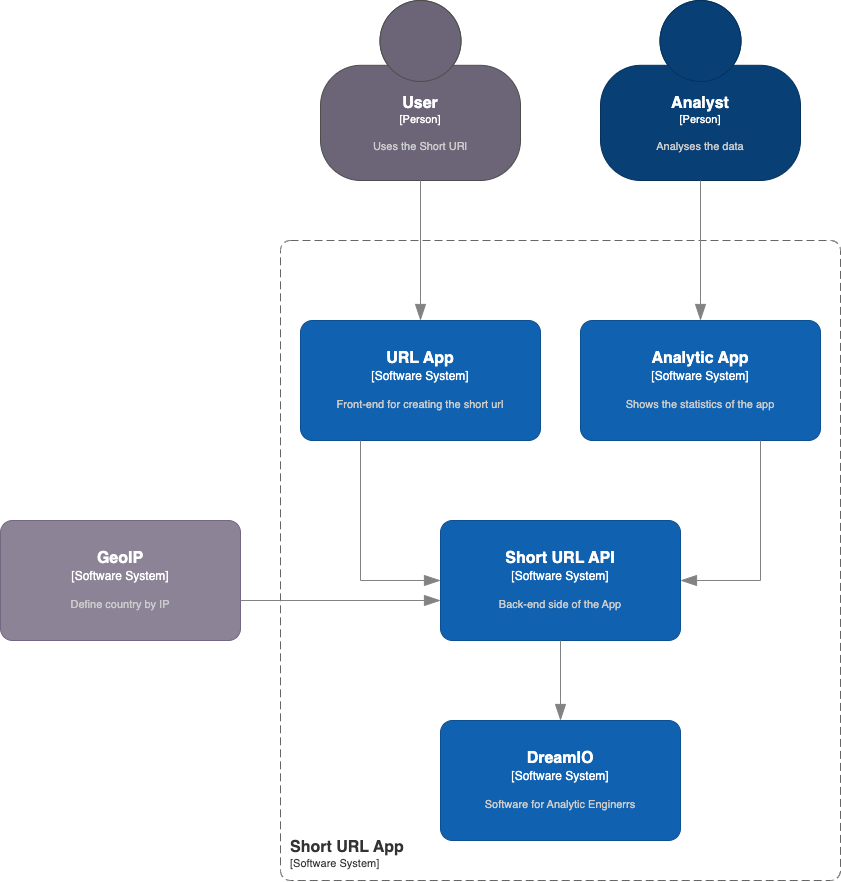
The draw.io diagram docs/images/context.png in Janitor93/short-url, before a commit. Source tidied: cells renumbered, new cells last; positions are measured from the earlier drawing's top-left corner, leaving out a move shared by most shapes.
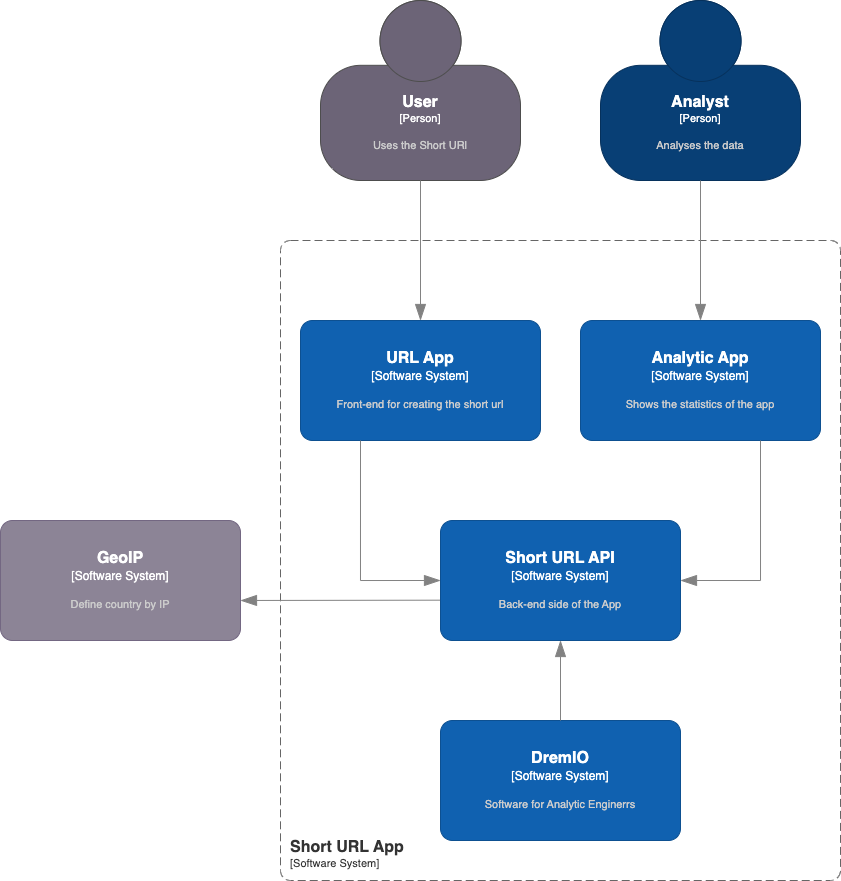
Above is the later version.

Change to the diagram source:
```diff
@@ -68,24 +68,20 @@
       </mxCell>
     </object>
     <object id="13" label="" c4Type="Relationship" placeholders="1">
-      <mxCell style="endArrow=blockThin;html=1;fontSize=10;fontColor=#404040;strokeWidth=1;endFill=1;strokeColor=#828282;elbow=vertical;endSize=14;startSize=14;jumpStyle=arc;jumpSize=16;rounded=0;edgeStyle=orthogonalEdgeStyle;" parent="1" edge="1">
+      <mxCell style="endArrow=blockThin;html=1;fontSize=10;fontColor=#404040;strokeWidth=1;endFill=1;strokeColor=#828282;elbow=vertical;endSize=14;startSize=14;jumpStyle=arc;jumpSize=16;rounded=0;edgeStyle=orthogonalEdgeStyle;exitX=-0.002;exitY=0.664;exitDx=0;exitDy=0;exitPerimeter=0;" parent="1" edge="1" source="7">
         <mxGeometry relative="1" as="geometry">
-          <mxPoint x="240" y="600" as="sourcePoint" />
-          <mxPoint x="440" y="600" as="targetPoint" />
+          <mxPoint x="240" y="600" as="targetPoint" />
         </mxGeometry>
       </mxCell>
     </object>
-    <object id="14" label="&lt;font style=&quot;font-size: 16px&quot;&gt;&lt;b&gt;%c4Name%&lt;/b&gt;&lt;/font&gt;&lt;div&gt;[%c4Type%]&lt;/div&gt;&lt;br&gt;&lt;div&gt;&lt;font style=&quot;font-size: 11px&quot;&gt;&lt;font color=&quot;#cccccc&quot;&gt;%c4Description%&lt;/font&gt;&lt;/div&gt;" c4Description="Software for Analytic Enginerrs" c4Name="DreamIO" c4Type="Software System" placeholders="1">
+    <object id="14" label="&lt;font style=&quot;font-size: 16px&quot;&gt;&lt;b&gt;%c4Name%&lt;/b&gt;&lt;/font&gt;&lt;div&gt;[%c4Type%]&lt;/div&gt;&lt;br&gt;&lt;div&gt;&lt;font style=&quot;font-size: 11px&quot;&gt;&lt;font color=&quot;#cccccc&quot;&gt;%c4Description%&lt;/font&gt;&lt;/div&gt;" c4Description="Software for Analytic Enginerrs" c4Name="DremIO" c4Type="Software System" placeholders="1">
       <mxCell style="rounded=1;whiteSpace=wrap;html=1;labelBackgroundColor=none;fillColor=#1061B0;fontColor=#ffffff;align=center;arcSize=10;strokeColor=#0D5091;points=[[0.25,0,0],[0.5,0,0],[0.75,0,0],[1,0.25,0],[1,0.5,0],[1,0.75,0],[0.75,1,0],[0.5,1,0],[0.25,1,0],[0,0.75,0],[0,0.5,0],[0,0.25,0]];" parent="1" vertex="1">
         <mxGeometry x="440" y="720" width="240" height="120" as="geometry" />
       </mxCell>
     </object>
     <object id="15" label="" c4Type="Relationship" placeholders="1">
-      <mxCell style="endArrow=blockThin;html=1;fontSize=10;fontColor=#404040;strokeWidth=1;endFill=1;strokeColor=#828282;elbow=vertical;endSize=14;startSize=14;jumpStyle=arc;jumpSize=16;rounded=0;edgeStyle=orthogonalEdgeStyle;" parent="1" edge="1">
-        <mxGeometry relative="1" as="geometry">
-          <mxPoint x="560" y="640" as="sourcePoint" />
-          <mxPoint x="560" y="720" as="targetPoint" />
-        </mxGeometry>
+      <mxCell style="endArrow=blockThin;html=1;fontSize=10;fontColor=#404040;strokeWidth=1;endFill=1;strokeColor=#828282;elbow=vertical;endSize=14;startSize=14;jumpStyle=arc;jumpSize=16;rounded=0;edgeStyle=orthogonalEdgeStyle;exitX=0.5;exitY=0;exitDx=0;exitDy=0;exitPerimeter=0;entryX=0.5;entryY=1;entryDx=0;entryDy=0;entryPerimeter=0;" parent="1" edge="1" source="14" target="7">
+        <mxGeometry relative="1" as="geometry" />
       </mxCell>
     </object>
   </root>
```
